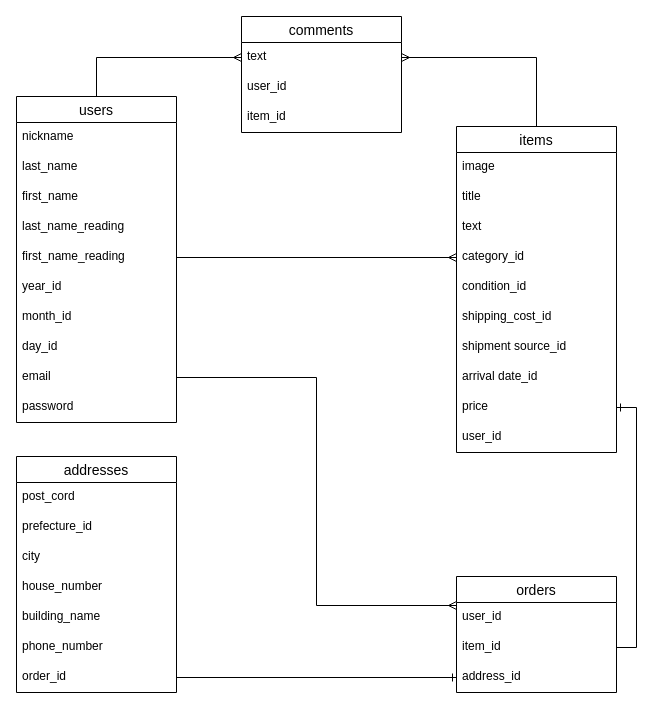
Before: furima.dio in srfm4623/furima-33560, a draw.io diagram. Source tidied: cells renumbered, new cells numbered last; positions are measured from the earlier drawing's top-left corner, leaving out a move shared by most shapes. Both pictures are drawn from the tidied source at 100%, with x=0, y=0 at pixel (16, 16).
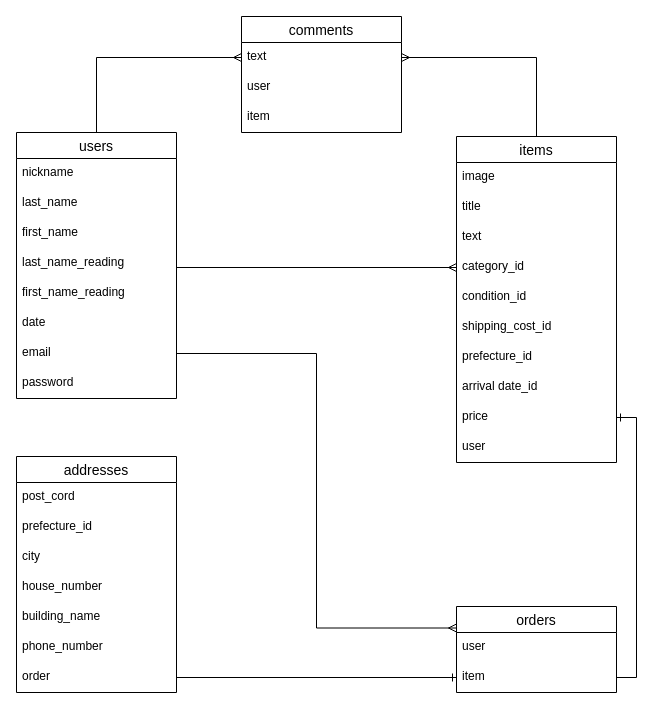
Above is the later version.

Unchanged cells that the change refers to:
```xml
<mxCell id="2" value="comments" style="swimlane;fontStyle=0;horizontal=1;startSize=26;align=center;fontSize=14;" parent="1" vertex="1">
  <mxGeometry x="225" width="160" height="116" as="geometry" />
</mxCell>
<mxCell id="12" value="first_name_reading" style="text;strokeColor=none;fillColor=none;spacingLeft=4;spacingRight=4;overflow=hidden;points=[[0,0.5],[1,0.5]];portConstraint=eastwest;fontSize=12;" parent="7" vertex="1">
  <mxGeometry y="146" width="160" height="30" as="geometry" />
</mxCell>
<mxCell id="23" value="category_id" style="text;strokeColor=none;fillColor=none;spacingLeft=4;spacingRight=4;overflow=hidden;points=[[0,0.5],[1,0.5]];portConstraint=eastwest;fontSize=12;" parent="19" vertex="1">
  <mxGeometry y="116" width="160" height="30" as="geometry" />
</mxCell>
<mxCell id="30" value="addresses" style="swimlane;fontStyle=0;horizontal=1;startSize=26;align=center;fontSize=14;" parent="1" vertex="1">
  <mxGeometry y="440" width="160" height="236" as="geometry" />
</mxCell>
<mxCell id="36" value="phone_number" style="text;strokeColor=none;fillColor=none;spacingLeft=4;spacingRight=4;overflow=hidden;points=[[0,0.5],[1,0.5]];portConstraint=eastwest;fontSize=12;" parent="30" vertex="1">
  <mxGeometry y="176" width="160" height="30" as="geometry" />
</mxCell>
```

Change to the diagram source:
```diff
@@
-    <mxCell id="4" value="user_id" style="text;strokeColor=none;fillColor=none;spacingLeft=4;spacingRight=4;overflow=hidden;fontSize=12;" parent="2" vertex="1">
+    <mxCell id="4" value="user" style="text;strokeColor=none;fillColor=none;spacingLeft=4;spacingRight=4;overflow=hidden;fontSize=12;" parent="2" vertex="1">
       <mxGeometry y="56" width="160" height="30" as="geometry" />
     </mxCell>
-    <mxCell id="5" value="item_id" style="text;strokeColor=none;fillColor=none;spacingLeft=4;spacingRight=4;overflow=hidden;fontSize=12;" parent="2" vertex="1">
+    <mxCell id="5" value="item" style="text;strokeColor=none;fillColor=none;spacingLeft=4;spacingRight=4;overflow=hidden;fontSize=12;" parent="2" vertex="1">
       <mxGeometry y="86" width="160" height="30" as="geometry" />
     </mxCell>
@@
     <mxCell id="7" value="users" style="swimlane;fontStyle=0;horizontal=1;startSize=26;align=center;fontSize=14;" parent="1" vertex="1">
-      <mxGeometry y="80" width="160" height="326" as="geometry" />
+      <mxGeometry y="116" width="160" height="266" as="geometry" />
     </mxCell>
@@
-    <mxCell id="13" value="year_id" style="text;strokeColor=none;fillColor=none;spacingLeft=4;spacingRight=4;overflow=hidden;fontSize=12;" parent="7" vertex="1">
-      <mxGeometry y="176" width="160" height="30" as="geometry" />
-    </mxCell>
-    <mxCell id="14" value="month_id" style="text;strokeColor=none;fillColor=none;spacingLeft=4;spacingRight=4;overflow=hidden;fontSize=12;" parent="7" vertex="1">
-      <mxGeometry y="206" width="160" height="30" as="geometry" />
-    </mxCell>
-    <mxCell id="15" value="day_id" style="text;strokeColor=none;fillColor=none;spacingLeft=4;spacingRight=4;overflow=hidden;fontSize=12;" parent="7" vertex="1">
-      <mxGeometry y="236" width="160" height="30" as="geometry" />
+    <mxCell id="15" value="date" style="text;strokeColor=none;fillColor=none;spacingLeft=4;spacingRight=4;overflow=hidden;fontSize=12;" parent="7" vertex="1">
+      <mxGeometry y="176" width="160" height="30" as="geometry" />
     </mxCell>
     <mxCell id="16" value="email" style="text;strokeColor=none;fillColor=none;spacingLeft=4;spacingRight=4;overflow=hidden;points=[[0,0.5],[1,0.5]];portConstraint=eastwest;fontSize=12;" parent="7" vertex="1">
-      <mxGeometry y="266" width="160" height="30" as="geometry" />
+      <mxGeometry y="206" width="160" height="30" as="geometry" />
     </mxCell>
     <mxCell id="17" value="password" style="text;strokeColor=none;fillColor=none;spacingLeft=4;spacingRight=4;overflow=hidden;fontSize=12;" parent="7" vertex="1">
-      <mxGeometry y="296" width="160" height="30" as="geometry" />
+      <mxGeometry y="236" width="160" height="30" as="geometry" />
     </mxCell>
@@
     <mxCell id="19" value="items" style="swimlane;fontStyle=0;horizontal=1;startSize=26;align=center;fontSize=14;" parent="1" vertex="1">
-      <mxGeometry x="440" y="110" width="160" height="326" as="geometry" />
+      <mxGeometry x="440" y="120" width="160" height="326" as="geometry" />
     </mxCell>
@@
-    <mxCell id="26" value="shipment source_id" style="text;strokeColor=none;fillColor=none;spacingLeft=4;spacingRight=4;overflow=hidden;fontSize=12;" parent="19" vertex="1">
+    <mxCell id="26" value="prefecture_id" style="text;strokeColor=none;fillColor=none;spacingLeft=4;spacingRight=4;overflow=hidden;fontSize=12;" parent="19" vertex="1">
       <mxGeometry y="206" width="160" height="30" as="geometry" />
     </mxCell>
@@
-    <mxCell id="29" value="user_id" style="text;strokeColor=none;fillColor=none;spacingLeft=4;spacingRight=4;overflow=hidden;fontSize=12;" parent="19" vertex="1">
+    <mxCell id="29" value="user" style="text;strokeColor=none;fillColor=none;spacingLeft=4;spacingRight=4;overflow=hidden;fontSize=12;" parent="19" vertex="1">
       <mxGeometry y="296" width="160" height="30" as="geometry" />
     </mxCell>
@@
-    <mxCell id="37" value="order_id" style="text;strokeColor=none;fillColor=none;spacingLeft=4;spacingRight=4;overflow=hidden;points=[[0,0.5],[1,0.5]];portConstraint=eastwest;fontSize=12;" parent="30" vertex="1">
+    <mxCell id="37" value="order" style="text;strokeColor=none;fillColor=none;spacingLeft=4;spacingRight=4;overflow=hidden;points=[[0,0.5],[1,0.5]];portConstraint=eastwest;fontSize=12;" parent="30" vertex="1">
       <mxGeometry y="206" width="160" height="30" as="geometry" />
     </mxCell>
     <mxCell id="38" value="orders" style="swimlane;fontStyle=0;horizontal=1;startSize=26;align=center;fontSize=14;" parent="1" vertex="1">
-      <mxGeometry x="440" y="560" width="160" height="116" as="geometry" />
+      <mxGeometry x="440" y="590" width="160" height="86" as="geometry" />
     </mxCell>
-    <mxCell id="39" value="user_id" style="text;strokeColor=none;fillColor=none;spacingLeft=4;spacingRight=4;overflow=hidden;fontSize=12;" parent="38" vertex="1">
+    <mxCell id="39" value="user" style="text;strokeColor=none;fillColor=none;spacingLeft=4;spacingRight=4;overflow=hidden;fontSize=12;" parent="38" vertex="1">
       <mxGeometry y="26" width="160" height="30" as="geometry" />
     </mxCell>
-    <mxCell id="40" value="item_id" style="text;strokeColor=none;fillColor=none;spacingLeft=4;spacingRight=4;overflow=hidden;points=[[0,0.5],[1,0.5]];portConstraint=eastwest;fontSize=12;" parent="38" vertex="1">
+    <mxCell id="40" value="item" style="text;strokeColor=none;fillColor=none;spacingLeft=4;spacingRight=4;overflow=hidden;points=[[0,0.5],[1,0.5]];portConstraint=eastwest;fontSize=12;" parent="38" vertex="1">
       <mxGeometry y="56" width="160" height="30" as="geometry" />
     </mxCell>
-    <mxCell id="41" value="address_id" style="text;strokeColor=none;fillColor=none;spacingLeft=4;spacingRight=4;overflow=hidden;points=[[0,0.5],[1,0.5]];portConstraint=eastwest;fontSize=12;" parent="38" vertex="1">
-      <mxGeometry y="86" width="160" height="30" as="geometry" />
-    </mxCell>
     <mxCell id="42" style="edgeStyle=orthogonalEdgeStyle;rounded=0;jettySize=auto;html=1;exitX=1;exitY=0.5;exitDx=0;exitDy=0;entryX=0;entryY=0.5;entryDx=0;entryDy=0;endArrow=ERmany;endFill=0;" parent="1" edge="1" source="12" target="23">
-      <mxGeometry relative="1" as="geometry" />
+      <mxGeometry relative="1" as="geometry">
+        <Array as="points">
+          <mxPoint x="160" y="251" />
+        </Array>
+      </mxGeometry>
     </mxCell>
@@
-    <mxCell id="45" style="edgeStyle=orthogonalEdgeStyle;rounded=0;jettySize=auto;html=1;exitX=1;exitY=0.5;exitDx=0;exitDy=0;entryX=0;entryY=0.5;entryDx=0;entryDy=0;endArrow=ERone;endFill=0;" parent="1" edge="1" source="37" target="41">
-      <mxGeometry relative="1" as="geometry" />
-    </mxCell>
+    <mxCell id="46" style="edgeStyle=orthogonalEdgeStyle;rounded=0;jettySize=auto;html=1;exitX=1;exitY=0.5;exitDx=0;exitDy=0;entryX=0;entryY=0.5;entryDx=0;entryDy=0;endArrow=ERone;endFill=0;" parent="1" edge="1" source="36" target="40">
+      <mxGeometry relative="1" as="geometry">
+        <Array as="points">
+          <mxPoint x="160" y="661" />
+        </Array>
+      </mxGeometry>
+    </mxCell>
```
